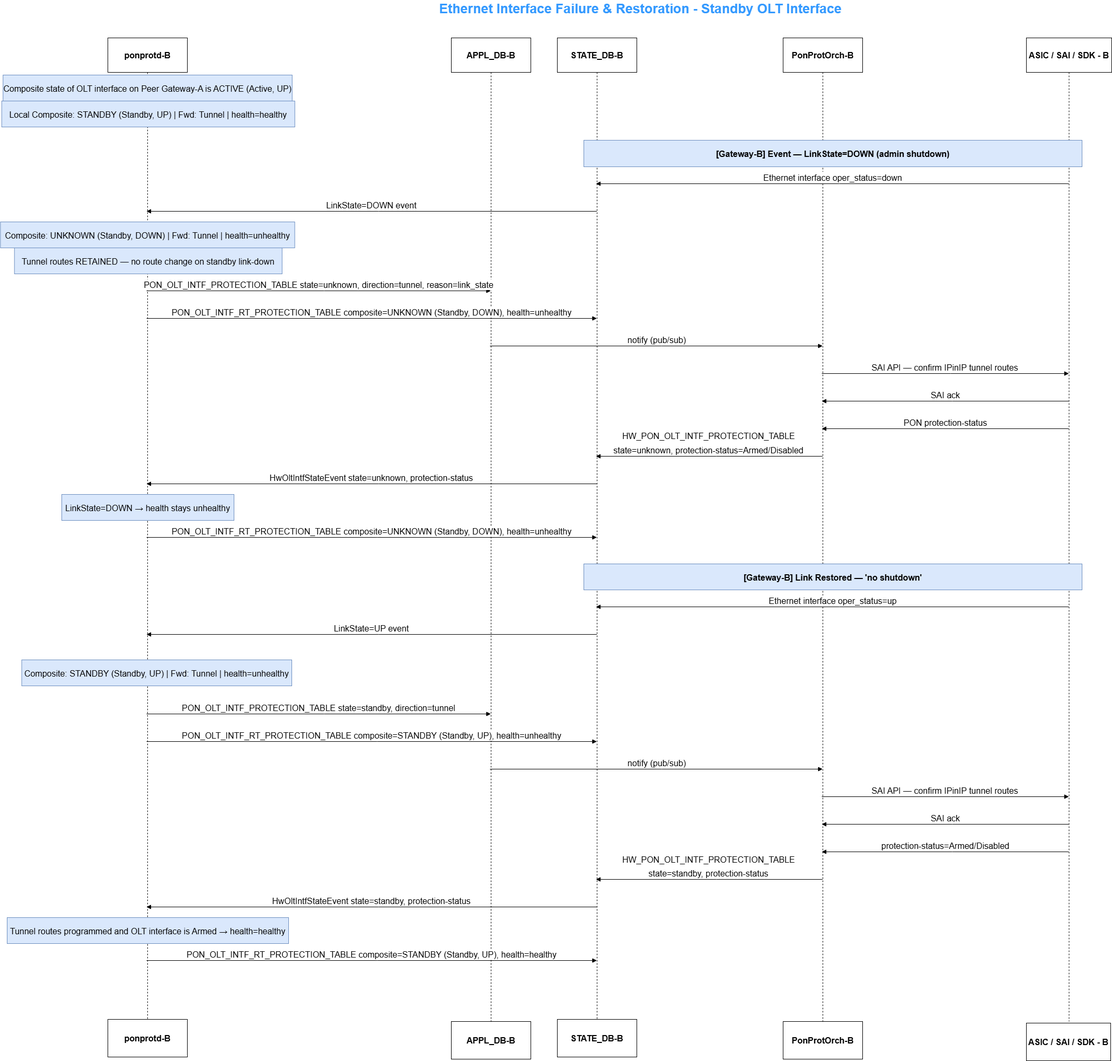
Above: doc/pon/images/Ethernet Interface Failure - Standby OLT interface.png in sonic-net/SONiC (draw.io), before the change. Source tidied: cells renumbered, new cells last; positions are measured from the earlier drawing's top-left corner, leaving out a move shared by most shapes. Its diagram source:
```xml
<mxGraphModel>
  <root>
    <mxCell id="0" />
    <mxCell id="1" parent="0" />
    <mxCell id="2" value="ponprotd-B" style="shape=umlLifeline;perimeter=lifelinePerimeter;whiteSpace=wrap;outlineConnect=0;portConstraint=eastwest;newEdgeStyle={&quot;edgeStyle&quot;:&quot;elbowEdgeStyle&quot;,&quot;elbow&quot;:&quot;vertical&quot;,&quot;curved&quot;:0,&quot;rounded&quot;:0};size=65;fontSize=16;fontStyle=1;" parent="1" vertex="1">
      <mxGeometry x="203" y="71" width="150" height="1855" as="geometry" />
    </mxCell>
    <mxCell id="3" value="APPL_DB-B" style="shape=umlLifeline;perimeter=lifelinePerimeter;whiteSpace=wrap;outlineConnect=0;portConstraint=eastwest;newEdgeStyle={&quot;edgeStyle&quot;:&quot;elbowEdgeStyle&quot;,&quot;elbow&quot;:&quot;vertical&quot;,&quot;curved&quot;:0,&quot;rounded&quot;:0};size=65;fontSize=16;fontStyle=1;" parent="1" vertex="1">
      <mxGeometry x="851" y="71" width="150" height="1855" as="geometry" />
    </mxCell>
    <mxCell id="4" value="STATE_DB-B" style="shape=umlLifeline;perimeter=lifelinePerimeter;whiteSpace=wrap;outlineConnect=0;portConstraint=eastwest;newEdgeStyle={&quot;edgeStyle&quot;:&quot;elbowEdgeStyle&quot;,&quot;elbow&quot;:&quot;vertical&quot;,&quot;curved&quot;:0,&quot;rounded&quot;:0};size=65;fontSize=16;fontStyle=1;" parent="1" vertex="1">
      <mxGeometry x="1051" y="71" width="150" height="1855" as="geometry" />
    </mxCell>
    <mxCell id="5" value="PonProtOrch-B" style="shape=umlLifeline;perimeter=lifelinePerimeter;whiteSpace=wrap;outlineConnect=0;portConstraint=eastwest;newEdgeStyle={&quot;edgeStyle&quot;:&quot;elbowEdgeStyle&quot;,&quot;elbow&quot;:&quot;vertical&quot;,&quot;curved&quot;:0,&quot;rounded&quot;:0};size=65;fontSize=16;fontStyle=1;" parent="1" vertex="1">
      <mxGeometry x="1477" y="71" width="150" height="1855" as="geometry" />
    </mxCell>
    <mxCell id="6" value="ASIC / SAI / SDK - B" style="shape=umlLifeline;perimeter=lifelinePerimeter;whiteSpace=wrap;outlineConnect=0;portConstraint=eastwest;newEdgeStyle={&quot;edgeStyle&quot;:&quot;elbowEdgeStyle&quot;,&quot;elbow&quot;:&quot;vertical&quot;,&quot;curved&quot;:0,&quot;rounded&quot;:0};size=65;fontSize=16;fontStyle=1;" parent="1" vertex="1">
      <mxGeometry x="1936" y="71" width="161" height="1855" as="geometry" />
    </mxCell>
    <mxCell id="7" value="Ethernet interface oper_status=down" style="verticalAlign=bottom;edgeStyle=elbowEdgeStyle;elbow=vertical;curved=0;rounded=0;endArrow=block;fontSize=16;" parent="1" edge="1" source="6" target="4">
      <mxGeometry relative="1" as="geometry">
        <Array as="points">
          <mxPoint x="1583" y="346" />
        </Array>
      </mxGeometry>
    </mxCell>
    <mxCell id="8" value="LinkState=DOWN event" style="verticalAlign=bottom;edgeStyle=elbowEdgeStyle;elbow=vertical;curved=0;rounded=0;endArrow=block;fontSize=16;" parent="1" edge="1" source="4" target="2">
      <mxGeometry relative="1" as="geometry">
        <Array as="points">
          <mxPoint x="714" y="398" />
        </Array>
      </mxGeometry>
    </mxCell>
    <mxCell id="9" value="PON_OLT_INTF_PROTECTION_TABLE state=unknown, direction=tunnel, reason=link_state" style="verticalAlign=bottom;edgeStyle=elbowEdgeStyle;elbow=vertical;curved=0;rounded=0;endArrow=block;fontSize=16;" parent="1" edge="1" source="2" target="3">
      <mxGeometry relative="1" as="geometry">
        <Array as="points">
          <mxPoint x="611" y="548" />
        </Array>
      </mxGeometry>
    </mxCell>
    <mxCell id="10" value="PON_OLT_INTF_RT_PROTECTION_TABLE composite=UNKNOWN (Standby, DOWN), health=unhealthy" style="verticalAlign=bottom;edgeStyle=elbowEdgeStyle;elbow=vertical;curved=0;rounded=0;endArrow=block;fontSize=16;" parent="1" edge="1" source="2" target="4">
      <mxGeometry relative="1" as="geometry">
        <Array as="points">
          <mxPoint x="711" y="600" />
        </Array>
      </mxGeometry>
    </mxCell>
    <mxCell id="11" value="notify (pub/sub)" style="verticalAlign=bottom;edgeStyle=elbowEdgeStyle;elbow=vertical;curved=0;rounded=0;endArrow=block;fontSize=16;" parent="1" edge="1" source="3" target="5">
      <mxGeometry relative="1" as="geometry">
        <Array as="points">
          <mxPoint x="1248" y="652" />
        </Array>
      </mxGeometry>
    </mxCell>
    <mxCell id="12" value="SAI API — confirm IPinIP tunnel routes" style="verticalAlign=bottom;edgeStyle=elbowEdgeStyle;elbow=vertical;curved=0;rounded=0;endArrow=block;fontSize=16;" parent="1" edge="1" source="5" target="6">
      <mxGeometry relative="1" as="geometry">
        <Array as="points">
          <mxPoint x="1793" y="704" />
        </Array>
      </mxGeometry>
    </mxCell>
    <mxCell id="13" value="SAI ack" style="verticalAlign=bottom;edgeStyle=elbowEdgeStyle;elbow=vertical;curved=0;rounded=0;endArrow=block;fontSize=16;" parent="1" edge="1" source="6" target="5">
      <mxGeometry relative="1" as="geometry">
        <Array as="points">
          <mxPoint x="1796" y="756" />
        </Array>
      </mxGeometry>
    </mxCell>
    <mxCell id="14" value="PON protection-status" style="verticalAlign=bottom;edgeStyle=elbowEdgeStyle;elbow=vertical;curved=0;rounded=0;endArrow=block;fontSize=16;" parent="1" edge="1" source="6" target="5">
      <mxGeometry relative="1" as="geometry">
        <Array as="points">
          <mxPoint x="1796" y="808" />
        </Array>
      </mxGeometry>
    </mxCell>
    <mxCell id="15" value="state=unknown, protection-status=Armed/Disabled" style="verticalAlign=bottom;edgeStyle=elbowEdgeStyle;elbow=vertical;curved=0;rounded=0;endArrow=block;fontSize=16;" parent="1" edge="1" source="5" target="4">
      <mxGeometry relative="1" as="geometry">
        <Array as="points">
          <mxPoint x="1351" y="860" />
        </Array>
      </mxGeometry>
    </mxCell>
    <mxCell id="16" value="HwOltIntfStateEvent state=unknown, protection-status" style="verticalAlign=bottom;edgeStyle=elbowEdgeStyle;elbow=vertical;curved=0;rounded=0;endArrow=block;fontSize=16;" parent="1" edge="1" source="4" target="2">
      <mxGeometry relative="1" as="geometry">
        <Array as="points">
          <mxPoint x="714" y="912" />
        </Array>
      </mxGeometry>
    </mxCell>
    <mxCell id="17" value="PON_OLT_INTF_RT_PROTECTION_TABLE composite=UNKNOWN (Standby, DOWN), health=unhealthy" style="verticalAlign=bottom;edgeStyle=elbowEdgeStyle;elbow=vertical;curved=0;rounded=0;endArrow=block;fontSize=16;" parent="1" edge="1" source="2" target="4">
      <mxGeometry relative="1" as="geometry">
        <Array as="points">
          <mxPoint x="711" y="1013" />
        </Array>
      </mxGeometry>
    </mxCell>
    <mxCell id="18" value="Ethernet interface oper_status=up" style="verticalAlign=bottom;edgeStyle=elbowEdgeStyle;elbow=vertical;curved=0;rounded=0;endArrow=block;fontSize=16;" parent="1" edge="1" source="6" target="4">
      <mxGeometry relative="1" as="geometry">
        <Array as="points">
          <mxPoint x="1583" y="1144" />
        </Array>
      </mxGeometry>
    </mxCell>
    <mxCell id="19" value="LinkState=UP event" style="verticalAlign=bottom;edgeStyle=elbowEdgeStyle;elbow=vertical;curved=0;rounded=0;endArrow=block;fontSize=16;" parent="1" edge="1" source="4" target="2">
      <mxGeometry relative="1" as="geometry">
        <Array as="points">
          <mxPoint x="714" y="1196" />
        </Array>
      </mxGeometry>
    </mxCell>
    <mxCell id="20" value="PON_OLT_INTF_PROTECTION_TABLE state=standby, direction=tunnel" style="verticalAlign=bottom;edgeStyle=elbowEdgeStyle;elbow=vertical;curved=0;rounded=0;endArrow=block;fontSize=16;" parent="1" edge="1" source="2" target="3">
      <mxGeometry relative="1" as="geometry">
        <Array as="points">
          <mxPoint x="611" y="1346" />
        </Array>
      </mxGeometry>
    </mxCell>
    <mxCell id="21" value="PON_OLT_INTF_RT_PROTECTION_TABLE composite=STANDBY (Standby, UP), health=unhealthy" style="verticalAlign=bottom;edgeStyle=elbowEdgeStyle;elbow=vertical;curved=0;rounded=0;endArrow=block;fontSize=16;" parent="1" edge="1" source="2" target="4">
      <mxGeometry relative="1" as="geometry">
        <Array as="points">
          <mxPoint x="711" y="1398" />
        </Array>
      </mxGeometry>
    </mxCell>
    <mxCell id="22" value="notify (pub/sub)" style="verticalAlign=bottom;edgeStyle=elbowEdgeStyle;elbow=vertical;curved=0;rounded=0;endArrow=block;fontSize=16;" parent="1" edge="1" source="3" target="5">
      <mxGeometry relative="1" as="geometry">
        <Array as="points">
          <mxPoint x="1248" y="1450" />
        </Array>
      </mxGeometry>
    </mxCell>
    <mxCell id="23" value="SAI API — confirm IPinIP tunnel routes" style="verticalAlign=bottom;edgeStyle=elbowEdgeStyle;elbow=vertical;curved=0;rounded=0;endArrow=block;fontSize=16;" parent="1" edge="1" source="5" target="6">
      <mxGeometry relative="1" as="geometry">
        <Array as="points">
          <mxPoint x="1793" y="1502" />
        </Array>
      </mxGeometry>
    </mxCell>
    <mxCell id="24" value="SAI ack" style="verticalAlign=bottom;edgeStyle=elbowEdgeStyle;elbow=vertical;curved=0;rounded=0;endArrow=block;fontSize=16;" parent="1" edge="1" source="6" target="5">
      <mxGeometry relative="1" as="geometry">
        <Array as="points">
          <mxPoint x="1796" y="1554" />
        </Array>
      </mxGeometry>
    </mxCell>
    <mxCell id="25" value="protection-status=Armed/Disabled" style="verticalAlign=bottom;edgeStyle=elbowEdgeStyle;elbow=vertical;curved=0;rounded=0;endArrow=block;fontSize=16;" parent="1" edge="1" source="6" target="5">
      <mxGeometry relative="1" as="geometry">
        <Array as="points">
          <mxPoint x="1796" y="1606" />
        </Array>
      </mxGeometry>
    </mxCell>
    <mxCell id="26" value="state=standby, protection-status" style="verticalAlign=bottom;edgeStyle=elbowEdgeStyle;elbow=vertical;curved=0;rounded=0;endArrow=block;fontSize=16;" parent="1" edge="1" source="5" target="4">
      <mxGeometry relative="1" as="geometry">
        <Array as="points">
          <mxPoint x="1351" y="1658" />
        </Array>
      </mxGeometry>
    </mxCell>
    <mxCell id="27" value="HwOltIntfStateEvent state=standby, protection-status" style="verticalAlign=bottom;edgeStyle=elbowEdgeStyle;elbow=vertical;curved=0;rounded=0;endArrow=block;fontSize=16;" parent="1" edge="1" source="4" target="2">
      <mxGeometry relative="1" as="geometry">
        <Array as="points">
          <mxPoint x="714" y="1710" />
        </Array>
      </mxGeometry>
    </mxCell>
    <mxCell id="28" value="PON_OLT_INTF_RT_PROTECTION_TABLE composite=STANDBY (Standby, UP), health=healthy" style="verticalAlign=bottom;edgeStyle=elbowEdgeStyle;elbow=vertical;curved=0;rounded=0;endArrow=block;fontSize=16;" parent="1" edge="1" source="2" target="4">
      <mxGeometry relative="1" as="geometry">
        <Array as="points">
          <mxPoint x="711" y="1811" />
        </Array>
      </mxGeometry>
    </mxCell>
    <mxCell id="29" value="Composite state of OLT interface on Peer Gateway-A is ACTIVE (Active, UP)" style="fillColor=#dae8fc;strokeColor=#6c8ebf;fontSize=16;" parent="1" vertex="1">
      <mxGeometry x="5.2" y="141" width="545.5" height="49" as="geometry" />
    </mxCell>
    <mxCell id="30" value="Local Composite: STANDBY (Standby, UP) | Fwd: Tunnel | health=healthy" style="fillColor=#dae8fc;strokeColor=#6c8ebf;fontSize=16;" parent="1" vertex="1">
      <mxGeometry x="2.8" y="190" width="553" height="49" as="geometry" />
    </mxCell>
    <mxCell id="31" value="[Gateway-B] Event — LinkState=DOWN (admin shutdown)" style="fillColor=#dae8fc;strokeColor=#6c8ebf;fontSize=16;fontStyle=1;" parent="1" vertex="1">
      <mxGeometry x="1101" y="264" width="940" height="50" as="geometry" />
    </mxCell>
    <mxCell id="32" value="Composite: UNKNOWN (Standby, DOWN) | Fwd: Tunnel | health=unhealthy" style="fillColor=#dae8fc;strokeColor=#6c8ebf;fontSize=16;" parent="1" vertex="1">
      <mxGeometry x="0.4" y="418" width="555.2" height="49" as="geometry" />
    </mxCell>
    <mxCell id="33" value="Tunnel routes RETAINED — no route change on standby link-down" style="fillColor=#dae8fc;strokeColor=#6c8ebf;fontSize=16;" parent="1" vertex="1">
      <mxGeometry x="26.8" y="467" width="505" height="49" as="geometry" />
    </mxCell>
    <mxCell id="34" value="LinkState=DOWN → health stays unhealthy" style="fillColor=#dae8fc;strokeColor=#6c8ebf;fontSize=16;" parent="1" vertex="1">
      <mxGeometry x="116" y="932" width="325" height="49" as="geometry" />
    </mxCell>
    <mxCell id="35" value="[Gateway-B] Link Restored — 'no shutdown'" style="fillColor=#dae8fc;strokeColor=#6c8ebf;fontSize=16;fontStyle=1;" parent="1" vertex="1">
      <mxGeometry x="1101" y="1063" width="940" height="49" as="geometry" />
    </mxCell>
    <mxCell id="36" value="Composite: STANDBY (Standby, UP) | Fwd: Tunnel | health=unhealthy" style="fillColor=#dae8fc;strokeColor=#6c8ebf;fontSize=16;" parent="1" vertex="1">
      <mxGeometry x="40.5" y="1244" width="509.5" height="49" as="geometry" />
    </mxCell>
    <mxCell id="37" value="Tunnel routes programmed and OLT interface is Armed → health=healthy" style="fillColor=#dae8fc;strokeColor=#6c8ebf;fontSize=16;" parent="1" vertex="1">
      <mxGeometry x="13" y="1730" width="531" height="49" as="geometry" />
    </mxCell>
    <mxCell id="38" value="&lt;span style=&quot;font-size: 16px; font-weight: 700;&quot;&gt;ponprotd-B&lt;/span&gt;" style="rounded=0;whiteSpace=wrap;html=1;" parent="1" vertex="1">
      <mxGeometry x="203" y="1922" width="150" height="71" as="geometry" />
    </mxCell>
    <mxCell id="39" value="&lt;span style=&quot;font-size: 16px; font-weight: 700;&quot;&gt;APPL_DB-B&lt;/span&gt;" style="rounded=0;whiteSpace=wrap;html=1;" parent="1" vertex="1">
      <mxGeometry x="851" y="1926" width="150" height="71" as="geometry" />
    </mxCell>
    <mxCell id="40" value="&lt;span style=&quot;font-size: 16px; font-weight: 700;&quot;&gt;STATE_DB-B&lt;/span&gt;" style="rounded=0;whiteSpace=wrap;html=1;" parent="1" vertex="1">
      <mxGeometry x="1051" y="1922" width="150" height="71" as="geometry" />
    </mxCell>
    <mxCell id="41" value="&lt;span style=&quot;font-size: 16px; font-weight: 700;&quot;&gt;PonProtOrch-B&lt;/span&gt;" style="rounded=0;whiteSpace=wrap;html=1;" parent="1" vertex="1">
      <mxGeometry x="1477" y="1926" width="150" height="71" as="geometry" />
    </mxCell>
    <mxCell id="42" value="&lt;span style=&quot;font-size: 16px; font-weight: 700;&quot;&gt;ASIC / SAI / SDK - B&lt;/span&gt;" style="rounded=0;whiteSpace=wrap;html=1;" parent="1" vertex="1">
      <mxGeometry x="1936" y="1929" width="159" height="71" as="geometry" />
    </mxCell>
    <mxCell id="43" value="&lt;span style=&quot;color: light-dark(rgb(51, 153, 255), rgb(43, 130, 218));&quot;&gt;Ethernet Interface Failure &amp;amp; Restoration -&amp;nbsp;&lt;/span&gt;&lt;span style=&quot;color: light-dark(rgb(51, 153, 255), rgb(43, 130, 218));&quot;&gt;Standby OLT Interface&lt;/span&gt;" style="text;html=1;whiteSpace=wrap;strokeColor=none;fillColor=none;align=center;verticalAlign=middle;rounded=0;fontSize=25;fontStyle=1;fontColor=#66B2FF;" parent="1" vertex="1">
      <mxGeometry x="790" width="836" height="30" as="geometry" />
    </mxCell>
    <mxCell id="44" value="&lt;span style=&quot;font-size: 16px; white-space: nowrap; background-color: rgb(255, 255, 255);&quot;&gt;HW_PON_OLT_INTF_PROTECTION_TABLE&amp;nbsp;&lt;/span&gt;" style="text;html=1;whiteSpace=wrap;strokeColor=none;fillColor=none;align=center;verticalAlign=middle;rounded=0;" parent="1" vertex="1">
      <mxGeometry x="1309" y="807" width="60" height="30" as="geometry" />
    </mxCell>
    <mxCell id="45" value="&lt;span style=&quot;font-size: 16px; white-space: nowrap; background-color: rgb(255, 255, 255);&quot;&gt;HW_PON_OLT_INTF_PROTECTION_TABLE&amp;nbsp;&lt;/span&gt;" style="text;html=1;whiteSpace=wrap;strokeColor=none;fillColor=none;align=center;verticalAlign=middle;rounded=0;" parent="1" vertex="1">
      <mxGeometry x="1309" y="1606" width="60" height="30" as="geometry" />
    </mxCell>
  </root>
</mxGraphModel>
```
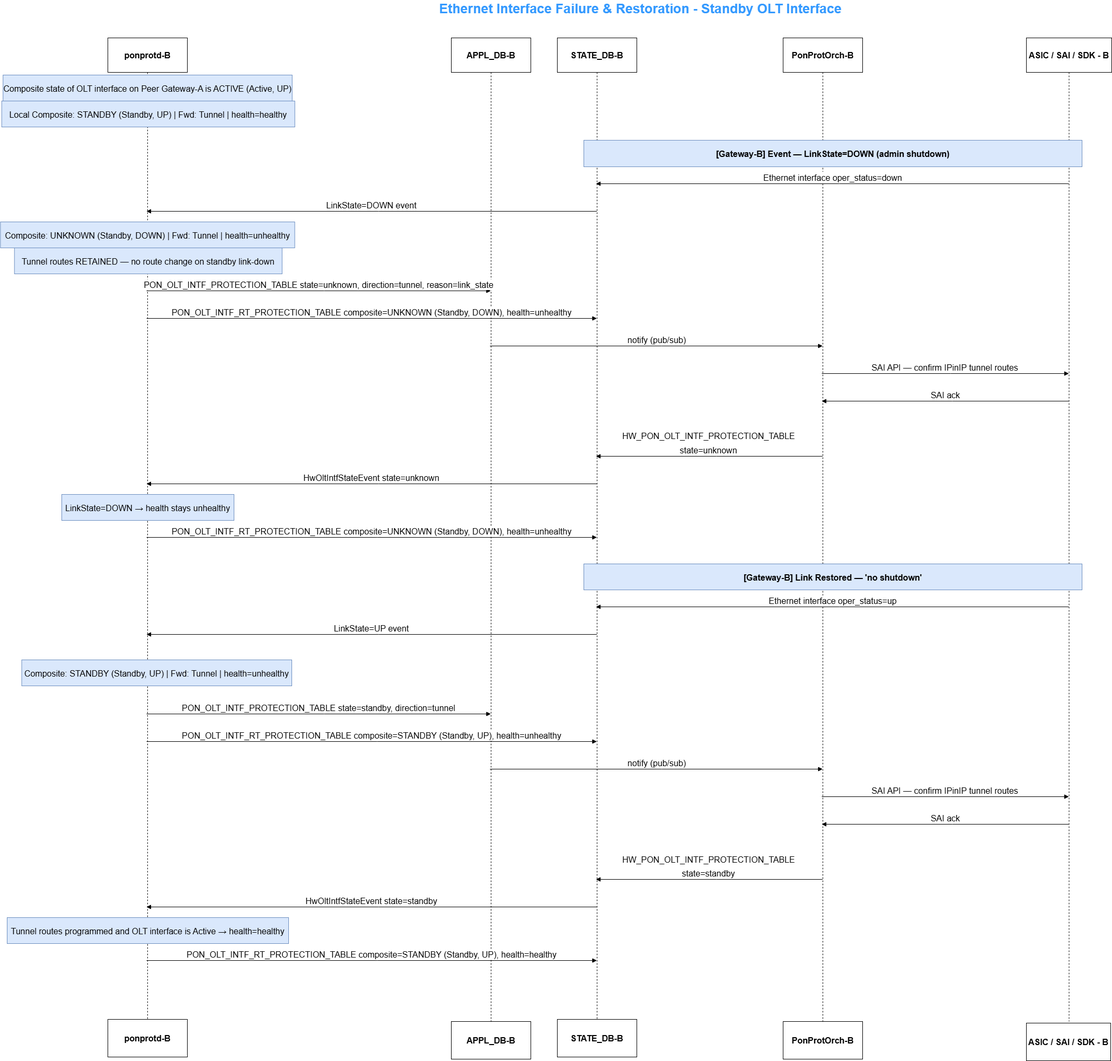
The same file after the commit.

What changed in the source:
```diff
@@ -66,21 +66,14 @@
         </Array>
       </mxGeometry>
     </mxCell>
-    <mxCell id="14" value="PON protection-status" style="verticalAlign=bottom;edgeStyle=elbowEdgeStyle;elbow=vertical;curved=0;rounded=0;endArrow=block;fontSize=16;" parent="1" edge="1" source="6" target="5">
-      <mxGeometry relative="1" as="geometry">
-        <Array as="points">
-          <mxPoint x="1796" y="808" />
-        </Array>
-      </mxGeometry>
-    </mxCell>
-    <mxCell id="15" value="state=unknown, protection-status=Armed/Disabled" style="verticalAlign=bottom;edgeStyle=elbowEdgeStyle;elbow=vertical;curved=0;rounded=0;endArrow=block;fontSize=16;" parent="1" edge="1" source="5" target="4">
+    <mxCell id="15" value="state=unknown" style="verticalAlign=bottom;edgeStyle=elbowEdgeStyle;elbow=vertical;curved=0;rounded=0;endArrow=block;fontSize=16;" parent="1" edge="1" source="5" target="4">
       <mxGeometry relative="1" as="geometry">
         <Array as="points">
           <mxPoint x="1351" y="860" />
         </Array>
       </mxGeometry>
     </mxCell>
-    <mxCell id="16" value="HwOltIntfStateEvent state=unknown, protection-status" style="verticalAlign=bottom;edgeStyle=elbowEdgeStyle;elbow=vertical;curved=0;rounded=0;endArrow=block;fontSize=16;" parent="1" edge="1" source="4" target="2">
+    <mxCell id="16" value="HwOltIntfStateEvent state=unknown" style="verticalAlign=bottom;edgeStyle=elbowEdgeStyle;elbow=vertical;curved=0;rounded=0;endArrow=block;fontSize=16;" parent="1" edge="1" source="4" target="2">
       <mxGeometry relative="1" as="geometry">
         <Array as="points">
           <mxPoint x="714" y="912" />
@@ -143,21 +136,14 @@
         </Array>
       </mxGeometry>
     </mxCell>
-    <mxCell id="25" value="protection-status=Armed/Disabled" style="verticalAlign=bottom;edgeStyle=elbowEdgeStyle;elbow=vertical;curved=0;rounded=0;endArrow=block;fontSize=16;" parent="1" edge="1" source="6" target="5">
-      <mxGeometry relative="1" as="geometry">
-        <Array as="points">
-          <mxPoint x="1796" y="1606" />
-        </Array>
-      </mxGeometry>
-    </mxCell>
-    <mxCell id="26" value="state=standby, protection-status" style="verticalAlign=bottom;edgeStyle=elbowEdgeStyle;elbow=vertical;curved=0;rounded=0;endArrow=block;fontSize=16;" parent="1" edge="1" source="5" target="4">
+    <mxCell id="26" value="state=standby" style="verticalAlign=bottom;edgeStyle=elbowEdgeStyle;elbow=vertical;curved=0;rounded=0;endArrow=block;fontSize=16;" parent="1" edge="1" source="5" target="4">
       <mxGeometry relative="1" as="geometry">
         <Array as="points">
           <mxPoint x="1351" y="1658" />
         </Array>
       </mxGeometry>
     </mxCell>
-    <mxCell id="27" value="HwOltIntfStateEvent state=standby, protection-status" style="verticalAlign=bottom;edgeStyle=elbowEdgeStyle;elbow=vertical;curved=0;rounded=0;endArrow=block;fontSize=16;" parent="1" edge="1" source="4" target="2">
+    <mxCell id="27" value="HwOltIntfStateEvent state=standby" style="verticalAlign=bottom;edgeStyle=elbowEdgeStyle;elbow=vertical;curved=0;rounded=0;endArrow=block;fontSize=16;" parent="1" edge="1" source="4" target="2">
       <mxGeometry relative="1" as="geometry">
         <Array as="points">
           <mxPoint x="714" y="1710" />
@@ -195,7 +181,7 @@
     <mxCell id="36" value="Composite: STANDBY (Standby, UP) | Fwd: Tunnel | health=unhealthy" style="fillColor=#dae8fc;strokeColor=#6c8ebf;fontSize=16;" parent="1" vertex="1">
       <mxGeometry x="40.5" y="1244" width="509.5" height="49" as="geometry" />
     </mxCell>
-    <mxCell id="37" value="Tunnel routes programmed and OLT interface is Armed → health=healthy" style="fillColor=#dae8fc;strokeColor=#6c8ebf;fontSize=16;" parent="1" vertex="1">
+    <mxCell id="37" value="Tunnel routes programmed and OLT interface is Active → health=healthy" style="fillColor=#dae8fc;strokeColor=#6c8ebf;fontSize=16;" parent="1" vertex="1">
       <mxGeometry x="13" y="1730" width="531" height="49" as="geometry" />
     </mxCell>
     <mxCell id="38" value="&lt;span style=&quot;font-size: 16px; font-weight: 700;&quot;&gt;ponprotd-B&lt;/span&gt;" style="rounded=0;whiteSpace=wrap;html=1;" parent="1" vertex="1">
```
